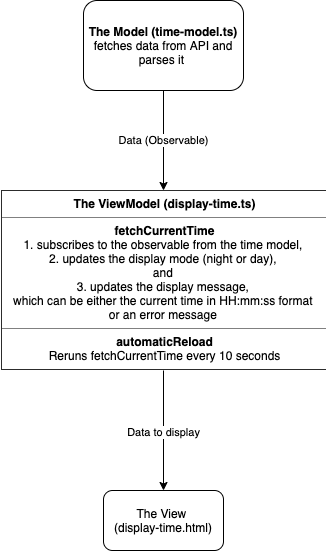
Before: Architecture Diagram.png, a diagram exported from draw.io (1994benc/Tech-Stack-Challenge). Source tidied: cells renumbered, new cells last; positions are measured from the earlier drawing's top-left corner, leaving out a move shared by most shapes. Its diagram source:
```xml
<mxGraphModel background="#ffffff">
  <root>
    <mxCell id="0" />
    <mxCell id="1" parent="0" />
    <mxCell id="2" value="The View &lt;br&gt;(display-time.html)" style="rounded=1;whiteSpace=wrap;html=1;" parent="1" vertex="1">
      <mxGeometry x="102" y="490" width="120" height="60" as="geometry" />
    </mxCell>
    <mxCell id="3" value="Data (Observable)" style="edgeStyle=orthogonalEdgeStyle;rounded=0;jettySize=auto;html=1;entryX=0.5;entryY=0;entryDx=0;entryDy=0;" parent="1" edge="1" source="4" target="7">
      <mxGeometry relative="1" as="geometry" />
    </mxCell>
    <mxCell id="4" value="&lt;b&gt;The Model&amp;nbsp;(time-model.ts)&lt;/b&gt;&lt;br&gt;fetches data from API and parses it&amp;nbsp;" style="rounded=1;whiteSpace=wrap;html=1;" parent="1" vertex="1">
      <mxGeometry x="82" width="160" height="90" as="geometry" />
    </mxCell>
    <mxCell id="5" style="edgeStyle=orthogonalEdgeStyle;rounded=0;jettySize=auto;html=1;entryX=0.5;entryY=0;entryDx=0;entryDy=0;" parent="1" edge="1" source="7" target="2">
      <mxGeometry relative="1" as="geometry" />
    </mxCell>
    <mxCell id="6" value="Data to display" style="edgeLabel;html=1;align=center;verticalAlign=middle;" parent="5" vertex="1">
      <mxGeometry x="0.01" y="-1" relative="1" as="geometry" />
    </mxCell>
    <mxCell id="7" value="&lt;table border=&quot;1&quot; width=&quot;100%&quot; cellpadding=&quot;4&quot; style=&quot;width: 100% ; height: 100% ; border-collapse: collapse&quot; align=&quot;left&quot;&gt;&lt;tbody&gt;&lt;tr&gt;&lt;th align=&quot;center&quot;&gt;&lt;b&gt;The ViewModel (display-time.ts)&lt;/b&gt;&lt;/th&gt;&lt;/tr&gt;&lt;tr&gt;&lt;td align=&quot;center&quot;&gt;&lt;b&gt;fetchCurrentTime&lt;/b&gt;&lt;br&gt;1. subscribes to the observable from the time model,&amp;nbsp;&lt;br&gt;2. updates the display mode (night or day), &lt;br&gt;and &lt;br&gt;3. updates the display message, &lt;br&gt;which can be either the current time in HH:mm:ss format &lt;br&gt;or an error message&amp;nbsp;&lt;br&gt;&lt;/td&gt;&lt;/tr&gt;&lt;tr&gt;&lt;td align=&quot;center&quot;&gt;&lt;b&gt;automaticReload&lt;/b&gt;&lt;br&gt;Reruns fetchCurrentTime every 10 seconds&lt;/td&gt;&lt;/tr&gt;&lt;/tbody&gt;&lt;/table&gt;" style="text;html=1;strokeColor=none;fillColor=none;overflow=fill;shadow=0;" parent="1" vertex="1">
      <mxGeometry x="-0.5" y="190" width="325" height="180" as="geometry" />
    </mxCell>
  </root>
</mxGraphModel>
```
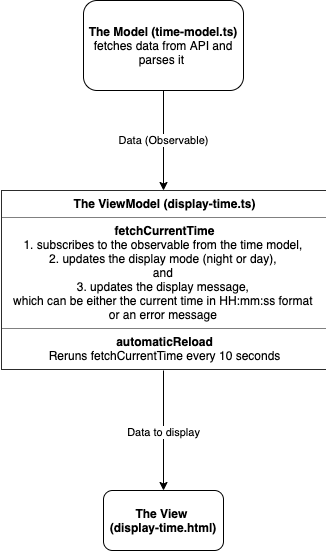
The same file after the commit.

Diff of the diagram source:
```diff
@@ -2,7 +2,7 @@
   <root>
     <mxCell id="0" />
     <mxCell id="1" parent="0" />
-    <mxCell id="2" value="The View &lt;br&gt;(display-time.html)" style="rounded=1;whiteSpace=wrap;html=1;" parent="1" vertex="1">
+    <mxCell id="2" value="&lt;b&gt;The View &lt;br&gt;(display-time.html)&lt;/b&gt;" style="rounded=1;whiteSpace=wrap;html=1;" parent="1" vertex="1">
       <mxGeometry x="102" y="490" width="120" height="60" as="geometry" />
     </mxCell>
     <mxCell id="3" value="Data (Observable)" style="edgeStyle=orthogonalEdgeStyle;rounded=0;jettySize=auto;html=1;entryX=0.5;entryY=0;entryDx=0;entryDy=0;" parent="1" edge="1" source="4" target="7">
```
